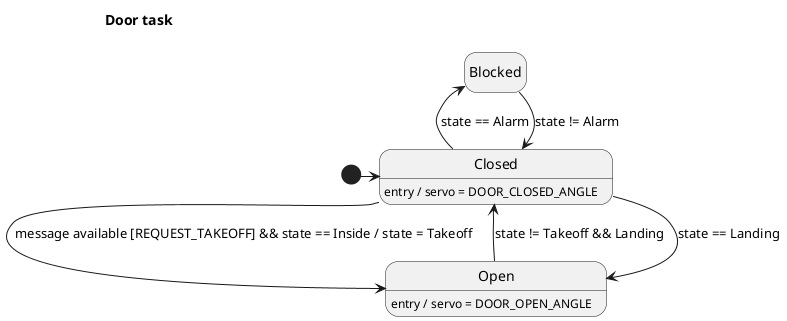
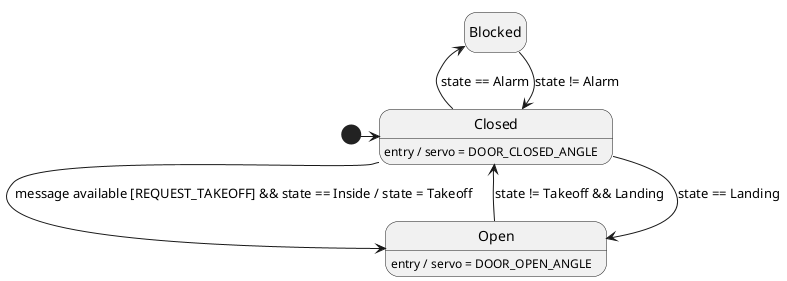
@startuml DoorTask
!pragma layout smetana
hide empty description
- 
- title "Door task"

state start <<start>>

state "Closed" as closed
closed : entry / servo = DOOR_CLOSED_ANGLE

state "Blocked" as blocked

state "Open" as open
open : entry / servo = DOOR_OPEN_ANGLE

start -r-> closed

closed -u-> blocked : state == Alarm
blocked -d-> closed : state != Alarm
closed -d-> open : message available [REQUEST_TAKEOFF] && state == Inside / state = Takeoff
closed -u-> open : state == Landing

open -l-> closed : state != Takeoff && Landing

@enduml
